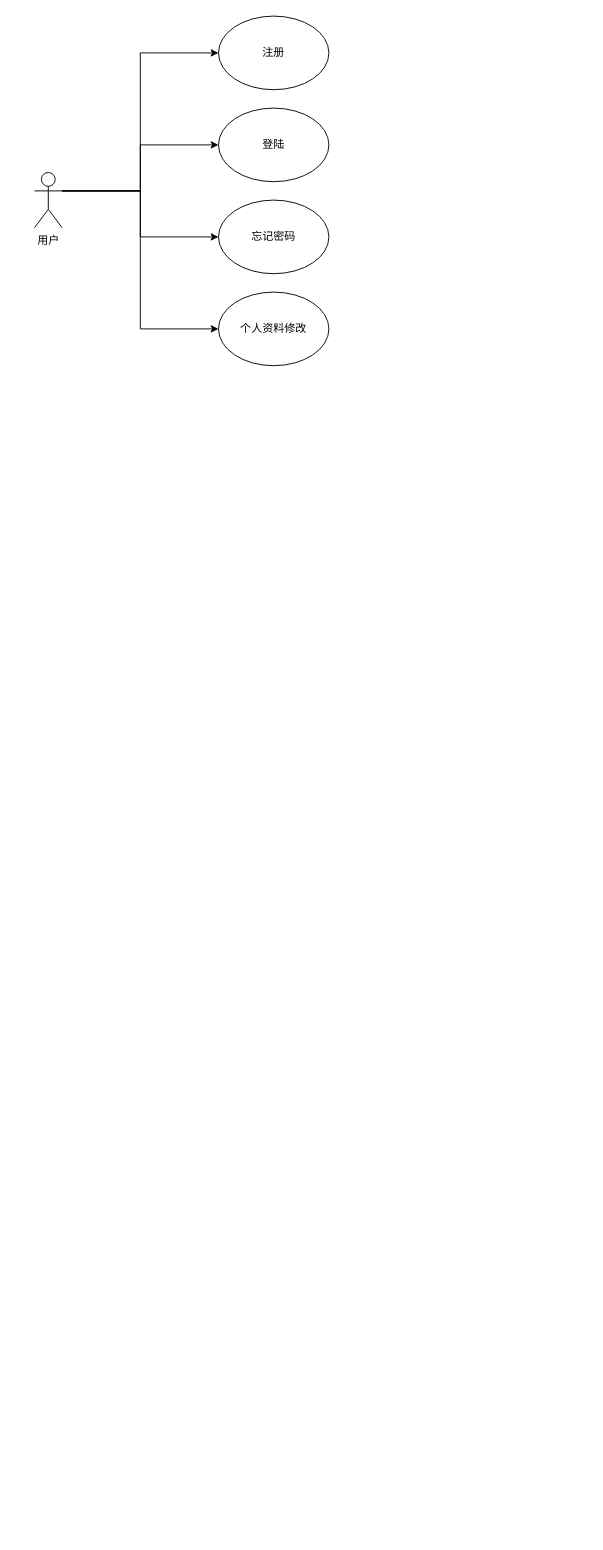
Earlier version of the draw.io diagram 用户服务.drawio (fengyouliang/drawio). Source tidied: cells renumbered, new cells numbered last; positions are measured from the earlier drawing's top-left corner, leaving out a move shared by most shapes. Both pictures are drawn from the tidied source at 92%, with x=0, y=0 at pixel (34, 16).
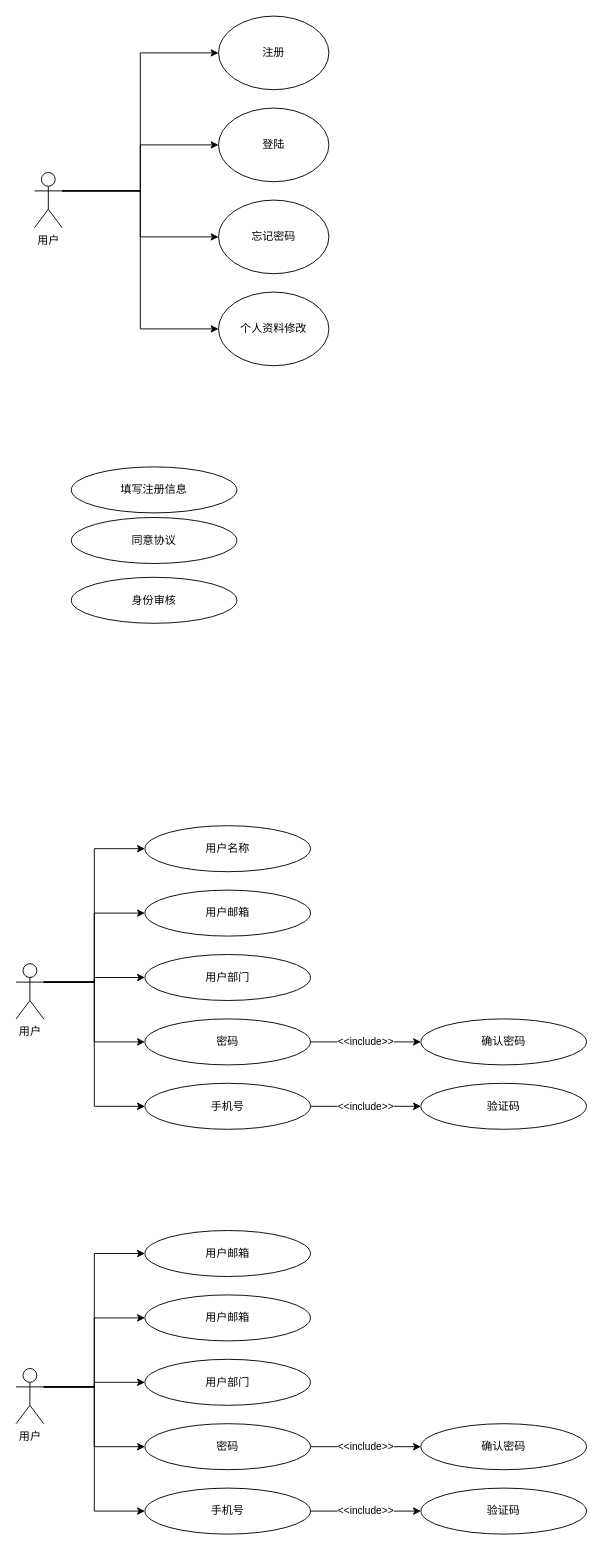
Above is the later version.

The edit, as a diff of the source:
```diff
@@
+    <mxCell id="11" style="edgeStyle=orthogonalEdgeStyle;rounded=0;jettySize=auto;html=1;exitX=1;exitY=0.3333333333333333;exitDx=0;exitDy=0;exitPerimeter=0;entryX=0;entryY=0.5;entryDx=0;entryDy=0;" parent="1" edge="1" source="16" target="17">
+      <mxGeometry relative="1" as="geometry" />
+    </mxCell>
+    <mxCell id="12" style="edgeStyle=orthogonalEdgeStyle;rounded=0;jettySize=auto;html=1;exitX=1;exitY=0.3333333333333333;exitDx=0;exitDy=0;exitPerimeter=0;entryX=0;entryY=0.5;entryDx=0;entryDy=0;" parent="1" edge="1" source="16" target="18">
+      <mxGeometry relative="1" as="geometry" />
+    </mxCell>
+    <mxCell id="13" style="edgeStyle=orthogonalEdgeStyle;rounded=0;jettySize=auto;html=1;exitX=1;exitY=0.3333333333333333;exitDx=0;exitDy=0;exitPerimeter=0;entryX=0;entryY=0.5;entryDx=0;entryDy=0;" parent="1" edge="1" source="16" target="19">
+      <mxGeometry relative="1" as="geometry" />
+    </mxCell>
+    <mxCell id="14" style="edgeStyle=orthogonalEdgeStyle;rounded=0;jettySize=auto;html=1;exitX=1;exitY=0.3333333333333333;exitDx=0;exitDy=0;exitPerimeter=0;entryX=0;entryY=0.5;entryDx=0;entryDy=0;" parent="1" edge="1" source="16" target="23">
+      <mxGeometry relative="1" as="geometry" />
+    </mxCell>
+    <mxCell id="15" style="edgeStyle=orthogonalEdgeStyle;rounded=0;jettySize=auto;html=1;exitX=1;exitY=0.3333333333333333;exitDx=0;exitDy=0;exitPerimeter=0;entryX=0;entryY=0.5;entryDx=0;entryDy=0;" parent="1" edge="1" source="16" target="20">
+      <mxGeometry relative="1" as="geometry" />
+    </mxCell>
+    <mxCell id="16" value="用户" style="shape=umlActor;verticalLabelPosition=bottom;verticalAlign=top;html=1;outlineConnect=0;" parent="1" vertex="1">
+      <mxGeometry x="-20" y="1030" width="30" height="60" as="geometry" />
+    </mxCell>
+    <mxCell id="17" value="用户名称" style="ellipse;whiteSpace=wrap;html=1;" parent="1" vertex="1">
+      <mxGeometry x="120" y="880" width="180" height="50" as="geometry" />
+    </mxCell>
+    <mxCell id="18" value="用户邮箱" style="ellipse;whiteSpace=wrap;html=1;" parent="1" vertex="1">
+      <mxGeometry x="120" y="950" width="180" height="50" as="geometry" />
+    </mxCell>
+    <mxCell id="19" value="用户部门" style="ellipse;whiteSpace=wrap;html=1;" parent="1" vertex="1">
+      <mxGeometry x="120" y="1020" width="180" height="50" as="geometry" />
+    </mxCell>
+    <mxCell id="20" value="手机号" style="ellipse;whiteSpace=wrap;html=1;" parent="1" vertex="1">
+      <mxGeometry x="120" y="1160" width="180" height="50" as="geometry" />
+    </mxCell>
+    <mxCell id="21" value="验证码" style="ellipse;whiteSpace=wrap;html=1;" parent="1" vertex="1">
+      <mxGeometry x="420" y="1160" width="180" height="50" as="geometry" />
+    </mxCell>
+    <mxCell id="22" value="&amp;lt;&amp;lt;include&amp;gt;&amp;gt;" style="edgeStyle=orthogonalEdgeStyle;rounded=0;jettySize=auto;html=1;exitX=1;exitY=0.5;exitDx=0;exitDy=0;entryX=0;entryY=0.5;entryDx=0;entryDy=0;" parent="1" edge="1" source="23" target="24">
+      <mxGeometry relative="1" as="geometry">
+        <Array as="points">
+          <mxPoint x="330" y="1115" />
+          <mxPoint x="330" y="1115" />
+        </Array>
+      </mxGeometry>
+    </mxCell>
+    <mxCell id="23" value="密码" style="ellipse;whiteSpace=wrap;html=1;" parent="1" vertex="1">
+      <mxGeometry x="120" y="1090" width="180" height="50" as="geometry" />
+    </mxCell>
+    <mxCell id="24" value="确认密码" style="ellipse;whiteSpace=wrap;html=1;" parent="1" vertex="1">
+      <mxGeometry x="420" y="1090" width="180" height="50" as="geometry" />
+    </mxCell>
+    <mxCell id="25" value="&amp;lt;&amp;lt;include&amp;gt;&amp;gt;" style="edgeStyle=orthogonalEdgeStyle;rounded=0;jettySize=auto;html=1;exitX=1;exitY=0.5;exitDx=0;exitDy=0;entryX=0;entryY=0.5;entryDx=0;entryDy=0;" parent="1" edge="1" source="20" target="21">
+      <mxGeometry relative="1" as="geometry">
+        <Array as="points">
+          <mxPoint x="410" y="1185" />
+          <mxPoint x="410" y="1185" />
+        </Array>
+      </mxGeometry>
+    </mxCell>
+    <mxCell id="26" value="填写注册信息" style="ellipse;whiteSpace=wrap;html=1;" parent="1" vertex="1">
+      <mxGeometry x="40" y="490" width="180" height="50" as="geometry" />
+    </mxCell>
+    <mxCell id="27" value="同意协议" style="ellipse;whiteSpace=wrap;html=1;" parent="1" vertex="1">
+      <mxGeometry x="40" y="545" width="180" height="50" as="geometry" />
+    </mxCell>
+    <mxCell id="28" value="身份审核" style="ellipse;whiteSpace=wrap;html=1;" parent="1" vertex="1">
+      <mxGeometry x="40" y="610" width="180" height="50" as="geometry" />
+    </mxCell>
+    <mxCell id="29" style="edgeStyle=orthogonalEdgeStyle;rounded=0;jettySize=auto;html=1;exitX=1;exitY=0.3333333333333333;exitDx=0;exitDy=0;exitPerimeter=0;entryX=0;entryY=0.5;entryDx=0;entryDy=0;" parent="1" edge="1" source="34" target="35">
+      <mxGeometry relative="1" as="geometry" />
+    </mxCell>
+    <mxCell id="30" style="edgeStyle=orthogonalEdgeStyle;rounded=0;jettySize=auto;html=1;exitX=1;exitY=0.3333333333333333;exitDx=0;exitDy=0;exitPerimeter=0;entryX=0;entryY=0.5;entryDx=0;entryDy=0;" parent="1" edge="1" source="34" target="36">
+      <mxGeometry relative="1" as="geometry" />
+    </mxCell>
+    <mxCell id="31" style="edgeStyle=orthogonalEdgeStyle;rounded=0;jettySize=auto;html=1;exitX=1;exitY=0.3333333333333333;exitDx=0;exitDy=0;exitPerimeter=0;entryX=0;entryY=0.5;entryDx=0;entryDy=0;" parent="1" edge="1" source="34" target="37">
+      <mxGeometry relative="1" as="geometry" />
+    </mxCell>
+    <mxCell id="32" style="edgeStyle=orthogonalEdgeStyle;rounded=0;jettySize=auto;html=1;exitX=1;exitY=0.3333333333333333;exitDx=0;exitDy=0;exitPerimeter=0;entryX=0;entryY=0.5;entryDx=0;entryDy=0;" parent="1" edge="1" source="34" target="41">
+      <mxGeometry relative="1" as="geometry" />
+    </mxCell>
+    <mxCell id="33" style="edgeStyle=orthogonalEdgeStyle;rounded=0;jettySize=auto;html=1;exitX=1;exitY=0.3333333333333333;exitDx=0;exitDy=0;exitPerimeter=0;entryX=0;entryY=0.5;entryDx=0;entryDy=0;" parent="1" edge="1" source="34" target="38">
+      <mxGeometry relative="1" as="geometry" />
+    </mxCell>
+    <mxCell id="34" value="用户" style="shape=umlActor;verticalLabelPosition=bottom;verticalAlign=top;html=1;outlineConnect=0;" parent="1" vertex="1">
+      <mxGeometry x="-20" y="1470" width="30" height="60" as="geometry" />
+    </mxCell>
+    <mxCell id="35" value="用户邮箱" style="ellipse;whiteSpace=wrap;html=1;" parent="1" vertex="1">
+      <mxGeometry x="120" y="1320" width="180" height="50" as="geometry" />
+    </mxCell>
+    <mxCell id="36" value="用户邮箱" style="ellipse;whiteSpace=wrap;html=1;" parent="1" vertex="1">
+      <mxGeometry x="120" y="1390" width="180" height="50" as="geometry" />
+    </mxCell>
+    <mxCell id="37" value="用户部门" style="ellipse;whiteSpace=wrap;html=1;" parent="1" vertex="1">
+      <mxGeometry x="120" y="1460" width="180" height="50" as="geometry" />
+    </mxCell>
+    <mxCell id="38" value="手机号" style="ellipse;whiteSpace=wrap;html=1;" parent="1" vertex="1">
+      <mxGeometry x="120" y="1600" width="180" height="50" as="geometry" />
+    </mxCell>
+    <mxCell id="39" value="验证码" style="ellipse;whiteSpace=wrap;html=1;" parent="1" vertex="1">
+      <mxGeometry x="420" y="1600" width="180" height="50" as="geometry" />
+    </mxCell>
+    <mxCell id="40" value="&amp;lt;&amp;lt;include&amp;gt;&amp;gt;" style="edgeStyle=orthogonalEdgeStyle;rounded=0;jettySize=auto;html=1;exitX=1;exitY=0.5;exitDx=0;exitDy=0;entryX=0;entryY=0.5;entryDx=0;entryDy=0;" parent="1" edge="1" source="41" target="42">
+      <mxGeometry relative="1" as="geometry">
+        <Array as="points">
+          <mxPoint x="330" y="1555" />
+          <mxPoint x="330" y="1555" />
+        </Array>
+      </mxGeometry>
+    </mxCell>
+    <mxCell id="41" value="密码" style="ellipse;whiteSpace=wrap;html=1;" parent="1" vertex="1">
+      <mxGeometry x="120" y="1530" width="180" height="50" as="geometry" />
+    </mxCell>
+    <mxCell id="42" value="确认密码" style="ellipse;whiteSpace=wrap;html=1;" parent="1" vertex="1">
+      <mxGeometry x="420" y="1530" width="180" height="50" as="geometry" />
+    </mxCell>
+    <mxCell id="43" value="&amp;lt;&amp;lt;include&amp;gt;&amp;gt;" style="edgeStyle=orthogonalEdgeStyle;rounded=0;jettySize=auto;html=1;exitX=1;exitY=0.5;exitDx=0;exitDy=0;entryX=0;entryY=0.5;entryDx=0;entryDy=0;" parent="1" edge="1" source="38" target="39">
+      <mxGeometry relative="1" as="geometry">
+        <Array as="points">
+          <mxPoint x="410" y="1625" />
+          <mxPoint x="410" y="1625" />
+        </Array>
+      </mxGeometry>
+    </mxCell>
```
